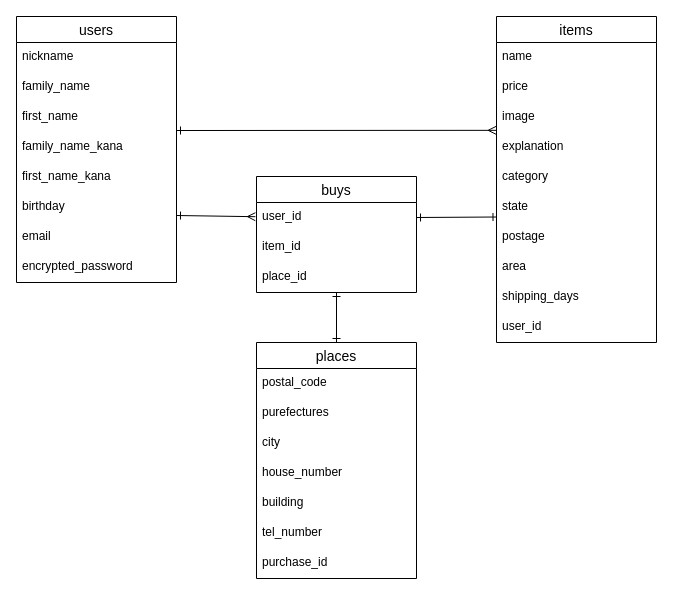
This is er.dio from jimasan01/furima-38425, a draw.io file, before an edit. Source tidied: cells renumbered, new cells numbered last; positions are measured from the earlier drawing's top-left corner, leaving out a move shared by most shapes. Both pictures are drawn from the tidied source at 100%, with x=0, y=0 at pixel (16, 16).
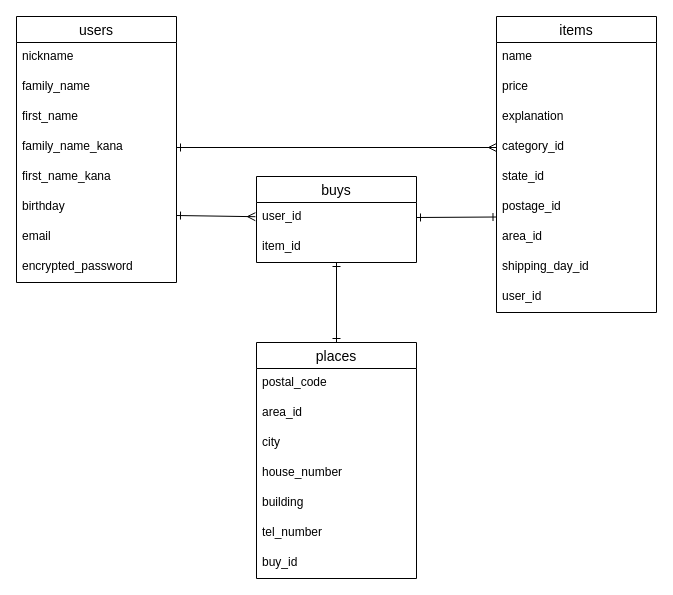
Above is the later version.

Unchanged cells that the change refers to:
```xml
<mxCell id="7" value="family_name_kana" style="text;strokeColor=none;fillColor=none;spacingLeft=4;spacingRight=4;overflow=hidden;points=[[0,0.5],[1,0.5]];portConstraint=eastwest;fontSize=12;" parent="3" vertex="1">
  <mxGeometry y="116" width="160" height="30" as="geometry" />
</mxCell>
<mxCell id="25" value="places" style="swimlane;fontStyle=0;horizontal=1;startSize=26;align=center;fontSize=14;strokeWidth=1;fillColor=none;" parent="1" vertex="1">
  <mxGeometry x="240" y="326" width="160" height="236" as="geometry" />
</mxCell>
```

The edit, as a diff of the source:
```diff
@@
     <mxCell id="12" value="items" style="swimlane;fontStyle=0;horizontal=1;startSize=26;align=center;fontSize=14;strokeWidth=1;fillColor=none;" parent="1" vertex="1">
-      <mxGeometry x="480" width="160" height="326" as="geometry" />
+      <mxGeometry x="480" width="160" height="296" as="geometry" />
     </mxCell>
@@
-    <mxCell id="15" value="image" style="text;strokeColor=none;fillColor=none;spacingLeft=4;spacingRight=4;overflow=hidden;fontSize=12;" parent="12" vertex="1">
-      <mxGeometry y="86" width="160" height="30" as="geometry" />
-    </mxCell>
     <mxCell id="16" value="explanation" style="text;strokeColor=none;fillColor=none;spacingLeft=4;spacingRight=4;overflow=hidden;points=[[0,0.5],[1,0.5]];portConstraint=eastwest;fontSize=12;" parent="12" vertex="1">
-      <mxGeometry y="116" width="160" height="30" as="geometry" />
+      <mxGeometry y="86" width="160" height="30" as="geometry" />
     </mxCell>
-    <mxCell id="17" value="category" style="text;strokeColor=none;fillColor=none;spacingLeft=4;spacingRight=4;overflow=hidden;points=[[0,0.5],[1,0.5]];portConstraint=eastwest;fontSize=12;" parent="12" vertex="1">
-      <mxGeometry y="146" width="160" height="30" as="geometry" />
+    <mxCell id="17" value="category_id" style="text;strokeColor=none;fillColor=none;spacingLeft=4;spacingRight=4;overflow=hidden;points=[[0,0.5],[1,0.5]];portConstraint=eastwest;fontSize=12;" parent="12" vertex="1">
+      <mxGeometry y="116" width="160" height="30" as="geometry" />
     </mxCell>
-    <mxCell id="18" value="state" style="text;strokeColor=none;fillColor=none;spacingLeft=4;spacingRight=4;overflow=hidden;fontSize=12;" parent="12" vertex="1">
-      <mxGeometry y="176" width="160" height="30" as="geometry" />
+    <mxCell id="18" value="state_id" style="text;strokeColor=none;fillColor=none;spacingLeft=4;spacingRight=4;overflow=hidden;fontSize=12;" parent="12" vertex="1">
+      <mxGeometry y="146" width="160" height="30" as="geometry" />
     </mxCell>
-    <mxCell id="19" value="postage" style="text;strokeColor=none;fillColor=none;spacingLeft=4;spacingRight=4;overflow=hidden;fontSize=12;" parent="12" vertex="1">
-      <mxGeometry y="206" width="160" height="30" as="geometry" />
+    <mxCell id="19" value="postage_id" style="text;strokeColor=none;fillColor=none;spacingLeft=4;spacingRight=4;overflow=hidden;fontSize=12;" parent="12" vertex="1">
+      <mxGeometry y="176" width="160" height="30" as="geometry" />
     </mxCell>
-    <mxCell id="20" value="area" style="text;strokeColor=none;fillColor=none;spacingLeft=4;spacingRight=4;overflow=hidden;fontSize=12;" parent="12" vertex="1">
-      <mxGeometry y="236" width="160" height="30" as="geometry" />
+    <mxCell id="20" value="area_id" style="text;strokeColor=none;fillColor=none;spacingLeft=4;spacingRight=4;overflow=hidden;fontSize=12;" parent="12" vertex="1">
+      <mxGeometry y="206" width="160" height="30" as="geometry" />
     </mxCell>
-    <mxCell id="21" value="shipping_days" style="text;strokeColor=none;fillColor=none;spacingLeft=4;spacingRight=4;overflow=hidden;fontSize=12;" parent="12" vertex="1">
-      <mxGeometry y="266" width="160" height="30" as="geometry" />
+    <mxCell id="21" value="shipping_day_id" style="text;strokeColor=none;fillColor=none;spacingLeft=4;spacingRight=4;overflow=hidden;fontSize=12;" parent="12" vertex="1">
+      <mxGeometry y="236" width="160" height="30" as="geometry" />
     </mxCell>
     <mxCell id="22" value="user_id" style="text;strokeColor=none;fillColor=none;spacingLeft=4;spacingRight=4;overflow=hidden;fontSize=12;" parent="12" vertex="1">
-      <mxGeometry y="296" width="160" height="30" as="geometry" />
+      <mxGeometry y="266" width="160" height="30" as="geometry" />
     </mxCell>
-    <mxCell id="23" style="edgeStyle=none;html=1;endArrow=ERmany;endFill=0;entryX=-0.002;entryY=-0.072;entryDx=0;entryDy=0;entryPerimeter=0;startArrow=ERone;startFill=0;" parent="1" edge="1" target="16">
-      <mxGeometry relative="1" as="geometry">
-        <mxPoint x="160" y="114" as="sourcePoint" />
-      </mxGeometry>
-    </mxCell>
@@
-    <mxCell id="27" value="purefectures" style="text;strokeColor=none;fillColor=none;spacingLeft=4;spacingRight=4;overflow=hidden;fontSize=12;" parent="25" vertex="1">
+    <mxCell id="27" value="area_id" style="text;strokeColor=none;fillColor=none;spacingLeft=4;spacingRight=4;overflow=hidden;fontSize=12;" parent="25" vertex="1">
       <mxGeometry y="56" width="160" height="30" as="geometry" />
     </mxCell>
@@
-    <mxCell id="32" value="purchase_id" style="text;strokeColor=none;fillColor=none;spacingLeft=4;spacingRight=4;overflow=hidden;fontSize=12;" parent="25" vertex="1">
+    <mxCell id="32" value="buy_id" style="text;strokeColor=none;fillColor=none;spacingLeft=4;spacingRight=4;overflow=hidden;fontSize=12;" parent="25" vertex="1">
       <mxGeometry y="206" width="160" height="30" as="geometry" />
     </mxCell>
     <mxCell id="33" value="buys" style="swimlane;fontStyle=0;horizontal=1;startSize=26;align=center;fontSize=14;strokeWidth=1;fillColor=none;" parent="1" vertex="1">
-      <mxGeometry x="240" y="160" width="160" height="116" as="geometry" />
+      <mxGeometry x="240" y="160" width="160" height="86" as="geometry" />
     </mxCell>
@@
-    <mxCell id="36" value="place_id" style="text;strokeColor=none;fillColor=none;spacingLeft=4;spacingRight=4;overflow=hidden;fontSize=12;" parent="33" vertex="1">
-      <mxGeometry y="86" width="160" height="30" as="geometry" />
-    </mxCell>
@@
+    <mxCell id="38" style="edgeStyle=none;html=1;startArrow=ERone;startFill=0;endArrow=ERmany;endFill=0;" parent="1" edge="1" source="7" target="17">
+      <mxGeometry relative="1" as="geometry" />
+    </mxCell>
```
